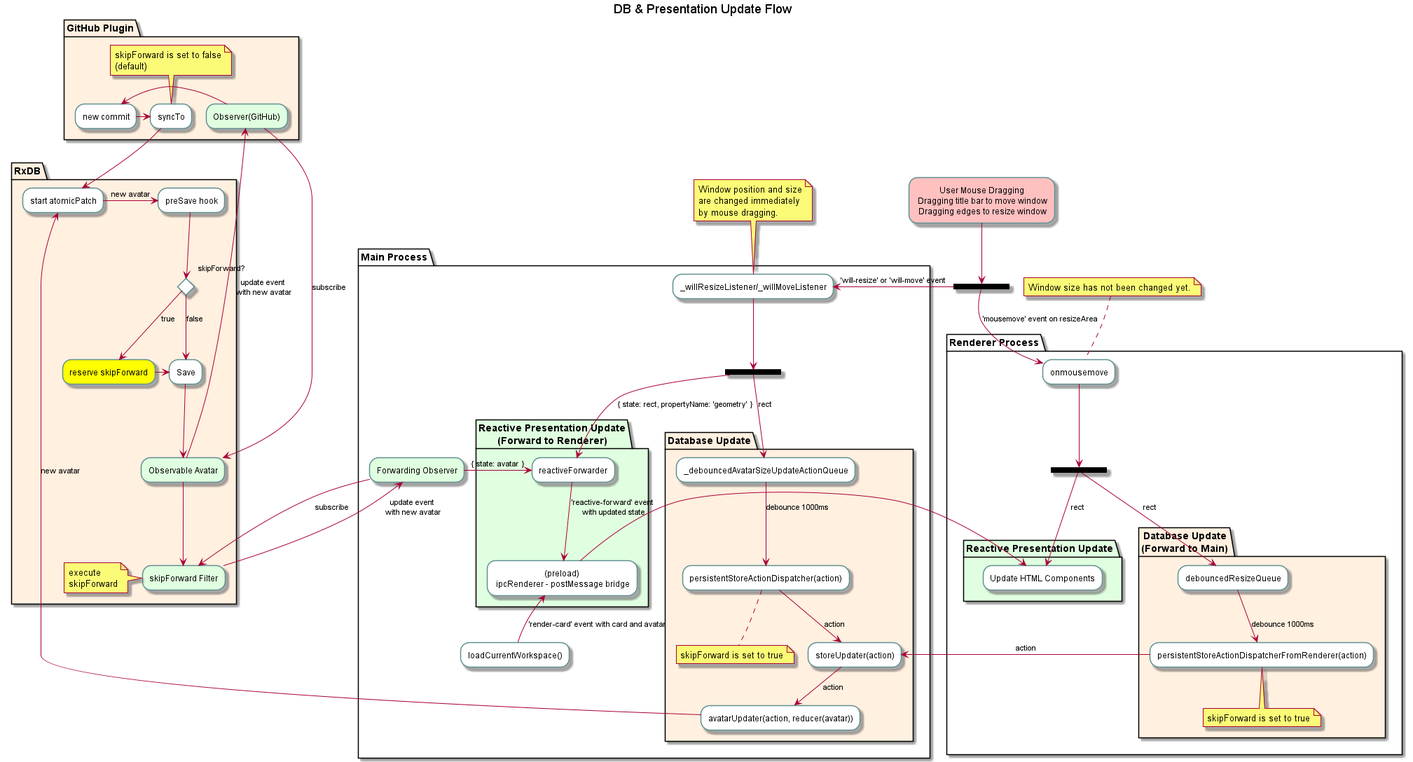
sosuisen/rxdesktop keeps this PlantUML diagram as doc/rxdesktop_store.png. Above is the earlier version.
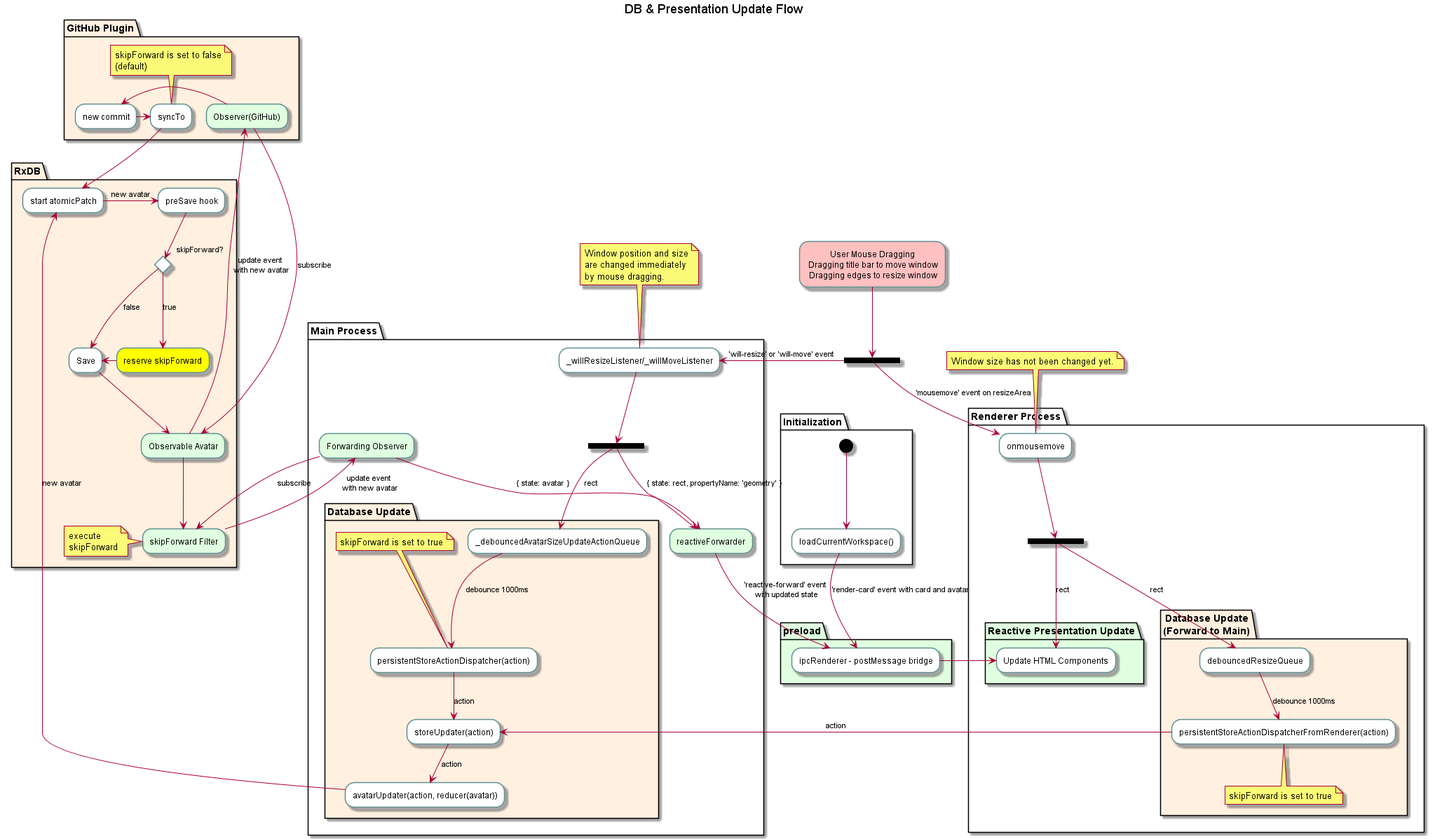
The same file after the commit.

Commit message:
fix: Separate preload from main process on diagram

The edit, as a diff of the source:
```diff
@@ -13,19 +13,25 @@
     partition "Database Update" #fff0e0 {
         ===B1=== --> [rect] "_debouncedAvatarSizeUpdateActionQueue"
         "_debouncedAvatarSizeUpdateActionQueue" --> [debounce 1000ms] "persistentStoreActionDispatcher(action)"
-        note bottom
+        note top
             skipForward is set to true
         end note
         "persistentStoreActionDispatcher(action)" --> [action] "storeUpdater(action)"
         "storeUpdater(action)" --> [action] "avatarUpdater(action, reducer(avatar))"
     }
-    partition "Reactive Presentation Update\n(Forward to Renderer)" #e0ffe0 {
-        ===B1=== --> [{ state: rect, propertyName: 'geometry' }] "reactiveForwarder"
-        --> ['reactive-forward' event\n with updated state] "(preload)\n ipcRenderer - postMessage bridge"
-    }
-    "Forwarding Observer" #e0ffe0 -right-> [{ state: avatar }] "reactiveForwarder"
-    "loadCurrentWorkspace()" -up-> ['render-card' event with card and avatar] "(preload)\n ipcRenderer - postMessage bridge"
 
+    ===B1=== --> [{ state: rect, propertyName: 'geometry' }] "reactiveForwarder" #e0ffe0
+
+    "Forwarding Observer" #e0ffe0 --> [{ state: avatar }] "reactiveForwarder"
+}
+
+partition Initialization {
+    (*) --> "loadCurrentWorkspace()"
+}
+
+partition preload #e0ffe0 {
+    "loadCurrentWorkspace()" --> ['render-card' event with card and avatar] "ipcRenderer - postMessage bridge"
+    "reactiveForwarder" --> ['reactive-forward' event\n with updated state] "ipcRenderer - postMessage bridge"
 }
 
 partition RxDB  #fff0e0 {
@@ -62,7 +68,6 @@
 partition "Renderer Process" {
     "onmousemove" --> ===B2===
     partition "Reactive Presentation Update" #e0ffe0 {
-        "(preload)\n ipcRenderer - postMessage bridge" --> "Update HTML Components"
         ===B2=== --> [rect] "Update HTML Components"
     }
     partition "Database Update\n(Forward to Main)" #fff0e0 {
@@ -73,6 +78,7 @@
         end note
         "persistentStoreActionDispatcherFromRenderer(action)" -right-> [action] "storeUpdater(action)"
     }
+    "ipcRenderer - postMessage bridge" --> "Update HTML Components"
 }
 
 "User Mouse Dragging\n Dragging title bar to move window\n Dragging edges to resize window" #ffc0c0 --> ===B0===
@@ -83,7 +89,7 @@
     by mouse dragging.
 end note
 
-===B0=== -left-> ['mousemove' event on resizeArea] "onmousemove"
+===B0=== --> ['mousemove' event on resizeArea] "onmousemove"
 note top
     Window size has not been changed yet.
 end note
```
